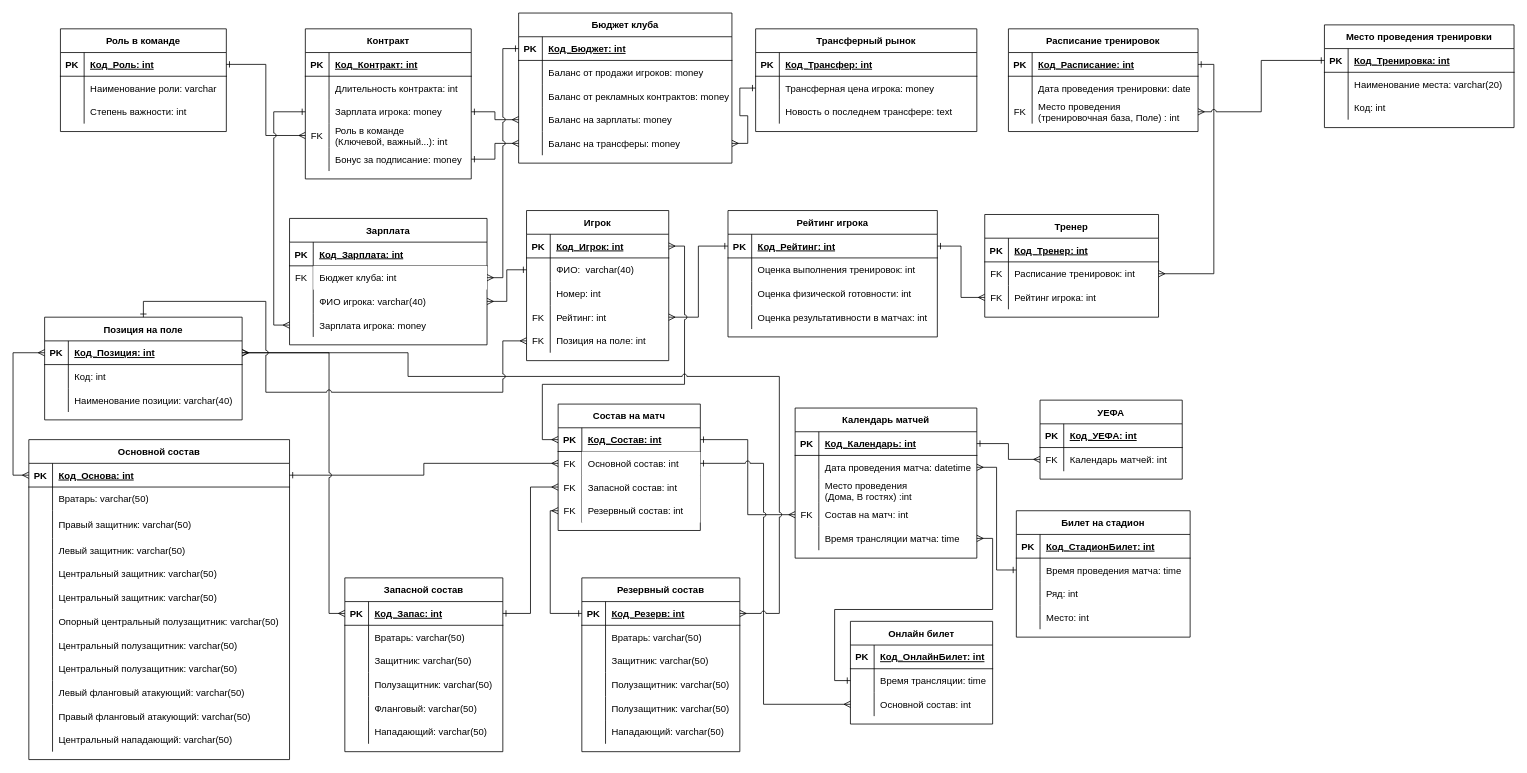
Before: page "Page-1" (1 of 2) of ER Diagramm.drawio in Alexsander996/football, a draw.io diagram. Source tidied: cells renumbered, new cells numbered last; positions are measured from the earlier drawing's top-left corner, leaving out a move shared by most shapes. Both pictures are drawn from the tidied source at 79%, with x=0, y=0 at pixel (13, 13).
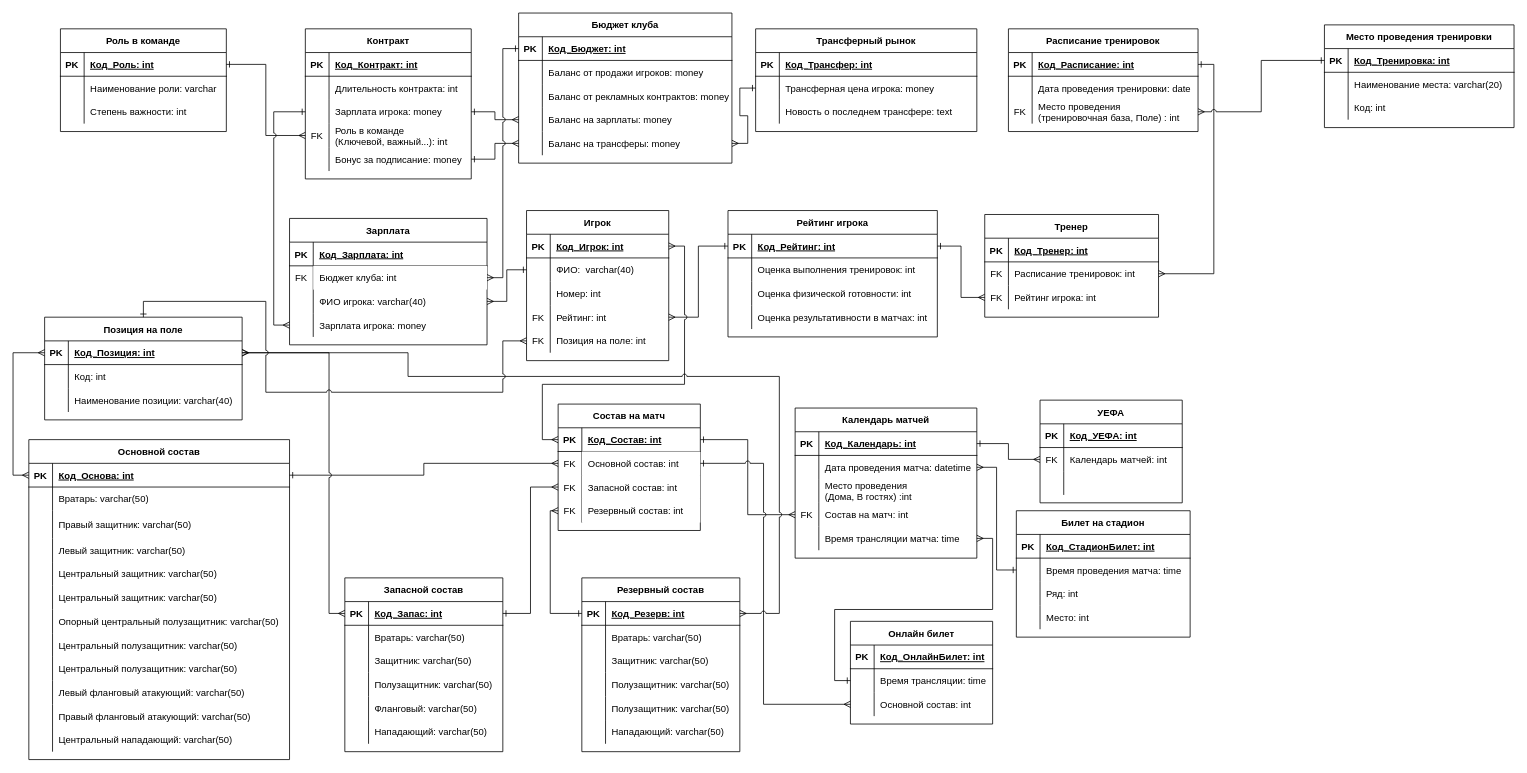
After the change.

Diff of the diagram source:
```diff
@@
     <mxCell id="177" value="УЕФА" style="shape=table;startSize=30;childLayout=tableLayout;rowLines=0;fontStyle=1;align=center;" parent="1" vertex="1">
-      <mxGeometry x="1300" y="490" width="180" height="100" as="geometry" />
+      <mxGeometry x="1300" y="490" width="180" height="130" as="geometry" />
     </mxCell>
@@
+    <mxCell id="294" style="shape=partialRectangle;fillColor=none;top=0;left=0;bottom=0;right=0;" parent="177" vertex="1">
+      <mxGeometry y="90" width="180" height="30" as="geometry" />
+    </mxCell>
+    <mxCell id="295" style="shape=partialRectangle;fillColor=none;top=0;left=0;bottom=0;right=0;overflow=hidden;" parent="294" vertex="1">
+      <mxGeometry width="30" height="30" as="geometry" />
+    </mxCell>
+    <mxCell id="296" style="shape=partialRectangle;fillColor=none;top=0;left=0;bottom=0;right=0;align=left;spacingLeft=6;overflow=hidden;" parent="294" vertex="1">
+      <mxGeometry x="30" width="150" height="30" as="geometry" />
+    </mxCell>
```
